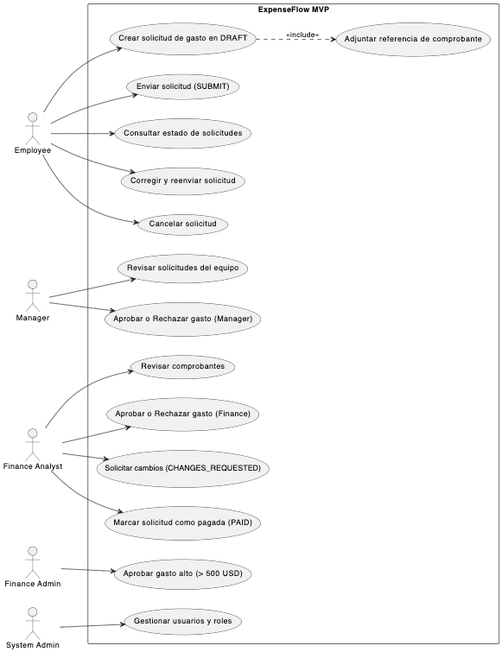
Paula-C3/ExpenseFlow-Proyecto keeps this PlantUML diagram as docs/uml/use_case.png. Above is the earlier version. Its source is kept beside it as docs/uml/use_case.puml. Its diagram source:
```plantuml
@startuml
left to right direction
skinparam packageStyle rectangle

actor "Employee" as emp
actor "Manager" as mgr
actor "Finance Analyst" as fa
actor "Finance Admin" as fadmin
actor "System Admin" as sysadmin

rectangle "ExpenseFlow MVP" {
  usecase "Crear solicitud de gasto en DRAFT" as UC1
  usecase "Adjuntar referencia de comprobante" as UC2
  usecase "Enviar solicitud (SUBMIT)" as UC3
  usecase "Consultar estado de solicitudes" as UC4
  usecase "Corregir y reenviar solicitud" as UC5
  usecase "Cancelar solicitud" as UC13

  usecase "Revisar solicitudes del equipo" as UC6
  usecase "Aprobar o Rechazar gasto (Manager)" as UC7

  usecase "Revisar comprobantes" as UC8
  usecase "Aprobar o Rechazar gasto (Finance)" as UC14
  usecase "Solicitar cambios (CHANGES_REQUESTED)" as UC9
  usecase "Marcar solicitud como pagada (PAID)" as UC10

  usecase "Aprobar gasto alto (> 500 USD)" as UC11

  usecase "Gestionar usuarios y roles" as UC12
}

emp --> UC1
UC1 ..> UC2 : <<include>>
emp --> UC3
emp --> UC4
emp --> UC5
emp --> UC13

mgr --> UC6
mgr --> UC7

fa --> UC8
fa --> UC14
fa --> UC9
fa --> UC10

fadmin --> UC11

sysadmin --> UC12

@enduml
```
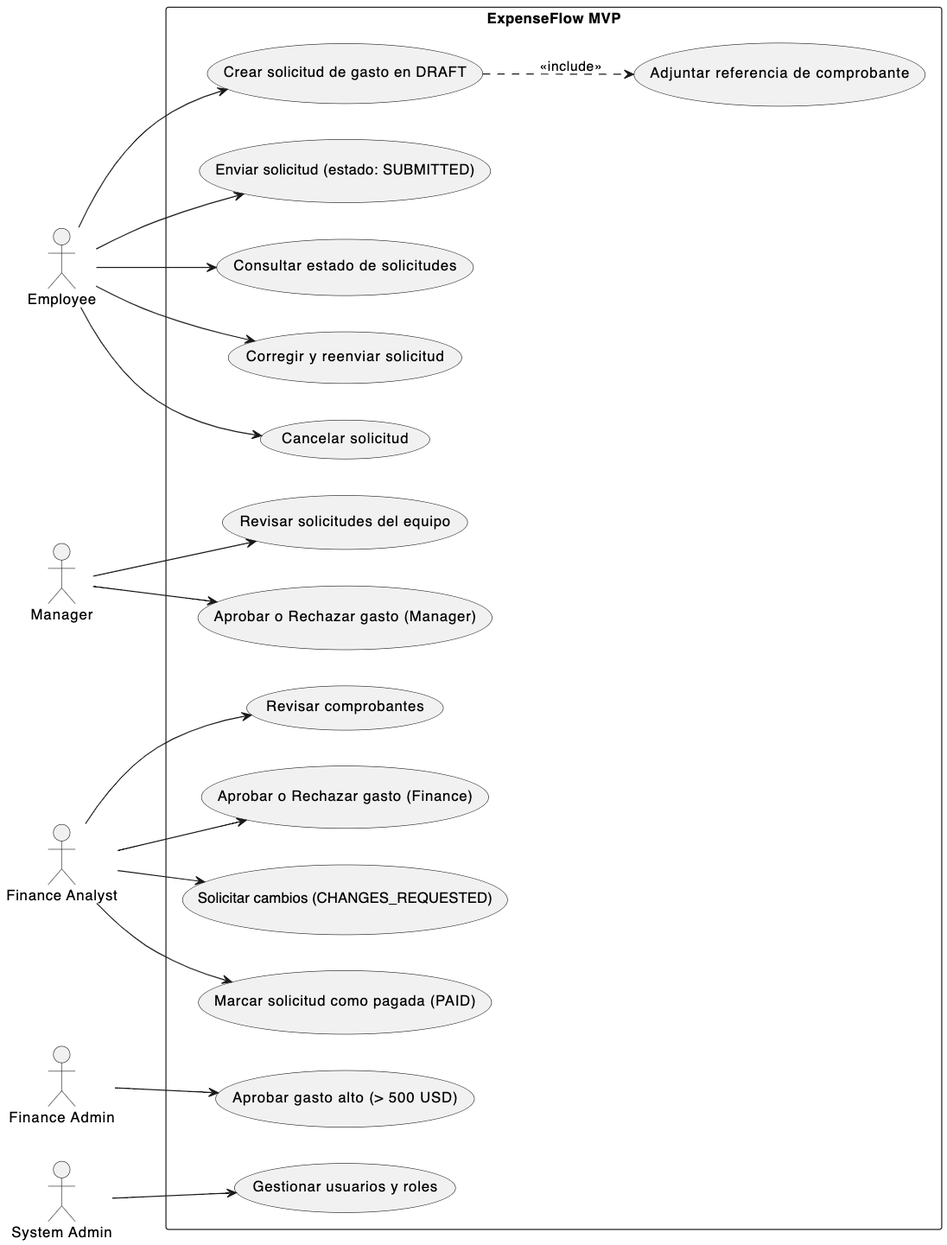
After the commit.

What changed in the source:
```diff
@@ -11,7 +11,7 @@
 rectangle "ExpenseFlow MVP" {
   usecase "Crear solicitud de gasto en DRAFT" as UC1
   usecase "Adjuntar referencia de comprobante" as UC2
-  usecase "Enviar solicitud (SUBMIT)" as UC3
+  usecase "Enviar solicitud (estado: SUBMITTED)" as UC3
   usecase "Consultar estado de solicitudes" as UC4
   usecase "Corregir y reenviar solicitud" as UC5
   usecase "Cancelar solicitud" as UC13
```
